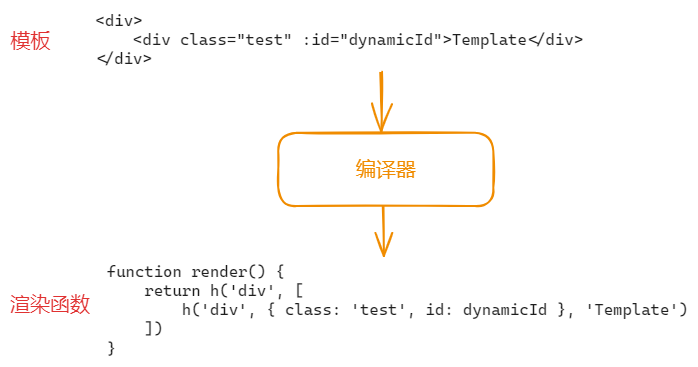
Earlier version of the Excalidraw export public/template-to-render.excalidraw.png (w2xi/vue3-slides). Source tidied: one line per element, renumbered; positions are measured from the earlier drawing's top-left corner, leaving out a move shared by most shapes.
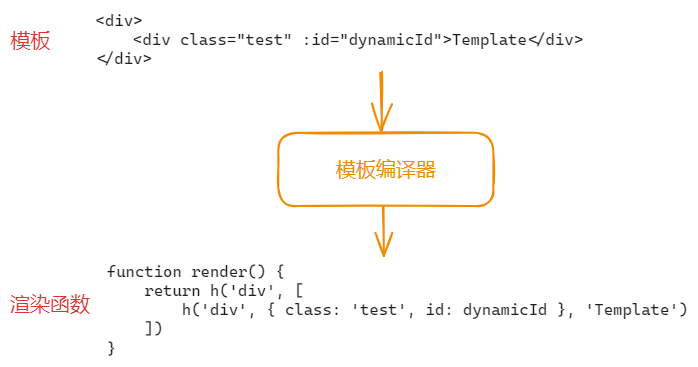
Above is the later version.

The edit, as a diff of the source:
```diff
@@ -1,7 +1,7 @@
 {"id": 0, "type": "text", "text": "<div>\n    <div class=\"test\" :id=\"dynamicId\">Template</div>\n</div>", "strokeColor": "#1e1e1e", "strokeWidth": 2, "roughness": 1, "fontSize": 16, "fontFamily": 3, "x": 86, "y": 0, "width": 488, "height": 58}
 {"id": 1, "type": "text", "text": "function render() {\n    return h('div', [\n        h('div', { class: 'test', id: dynamicId }, 'Template')\n    ])\n}", "strokeColor": "#1e1e1e", "strokeWidth": 2, "roughness": 1, "fontSize": 16, "fontFamily": 3, "x": 97, "y": 252, "width": 581, "height": 96}
 {"id": 2, "type": "rectangle", "strokeColor": "#f08c00", "strokeWidth": 2, "roughness": 1, "round": true, "x": 268, "y": 123, "width": 215, "height": 73}
-{"id": 3, "type": "text", "text": "编译器", "strokeColor": "#f08c00", "strokeWidth": 2, "roughness": 1, "fontSize": 20, "fontFamily": 3, "textAlign": "center", "verticalAlign": "middle", "inside": 2, "x": 346, "y": 147, "width": 60, "height": 24}
+{"id": 3, "type": "text", "text": "模板编译器", "strokeColor": "#f08c00", "strokeWidth": 2, "roughness": 1, "fontSize": 20, "fontFamily": 3, "textAlign": "center", "verticalAlign": "middle", "inside": 2, "x": 326, "y": 147, "width": 100, "height": 24}
 {"id": 4, "type": "arrow", "strokeColor": "#f08c00", "strokeWidth": 2, "roughness": 1, "endArrowhead": "arrow", "round": true, "from": 0, "to": 2, "x": 371, "y": 63, "width": 0, "height": 59, "points": [[0, 0], [0, 59]]}
 {"id": 5, "type": "arrow", "strokeColor": "#f08c00", "strokeWidth": 2, "roughness": 1, "endArrowhead": "arrow", "round": true, "from": 2, "to": 1, "x": 373, "y": 196, "width": 0, "height": 49, "points": [[0, 0], [0, 49]]}
 {"id": 6, "type": "text", "text": "模板", "strokeColor": "#e03131", "strokeWidth": 2, "roughness": 1, "fontSize": 20, "fontFamily": 3, "x": 0, "y": 18, "width": 40, "height": 24}
```
